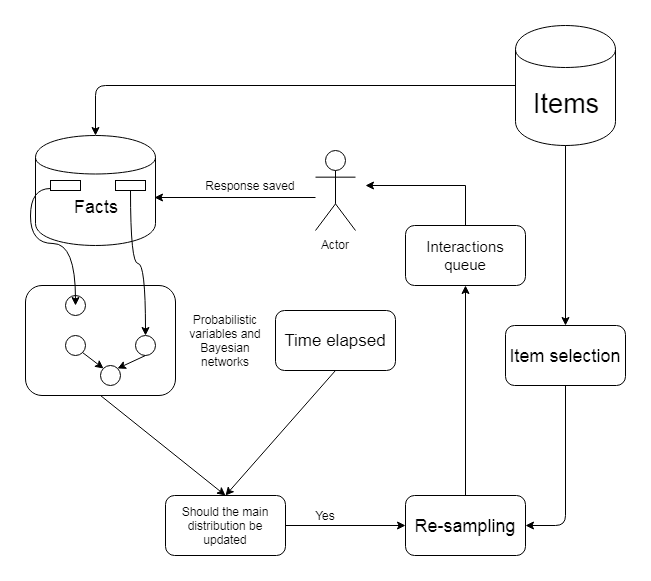
The draw.io diagram Images/Architecture.png in toncho11/KorraAI, before a commit. Source tidied: cells renumbered, new cells last; positions are measured from the earlier drawing's top-left corner, leaving out a move shared by most shapes. Its diagram source:
```xml
<mxGraphModel>
  <root>
    <mxCell id="0" />
    <mxCell id="1" parent="0" />
    <mxCell id="2" value="Actor" style="shape=umlActor;verticalLabelPosition=bottom;labelBackgroundColor=#ffffff;verticalAlign=top;html=1;" parent="1" vertex="1">
      <mxGeometry x="290" y="125" width="40" height="80" as="geometry" />
    </mxCell>
    <mxCell id="3" value="&lt;font style=&quot;font-size: 18px&quot;&gt;Facts&lt;/font&gt;" style="shape=cylinder;whiteSpace=wrap;html=1;boundedLbl=1;backgroundOutline=1;" parent="1" vertex="1">
      <mxGeometry x="10" y="110" width="120" height="110" as="geometry" />
    </mxCell>
    <mxCell id="4" value="&lt;font style=&quot;font-size: 27px&quot;&gt;Items&lt;/font&gt;" style="shape=cylinder;whiteSpace=wrap;html=1;boundedLbl=1;backgroundOutline=1;" parent="1" vertex="1">
      <mxGeometry x="490" width="100" height="120" as="geometry" />
    </mxCell>
    <mxCell id="5" style="endArrow=classic;html=1;exitX=0;exitY=0.5;exitDx=0;exitDy=0;edgeStyle=orthogonalEdgeStyle;entryX=0.5;entryY=0;entryDx=0;entryDy=0;" parent="1" edge="1" source="4" target="3">
      <mxGeometry relative="1" as="geometry" />
    </mxCell>
    <mxCell id="6" style="rounded=1;whiteSpace=wrap;html=1;" parent="1" vertex="1">
      <mxGeometry y="260" width="150" height="110" as="geometry" />
    </mxCell>
    <mxCell id="7" style="ellipse;whiteSpace=wrap;html=1;" parent="1" vertex="1">
      <mxGeometry x="40" y="270" width="20" height="20" as="geometry" />
    </mxCell>
    <mxCell id="8" style="ellipse;whiteSpace=wrap;html=1;" parent="1" vertex="1">
      <mxGeometry x="75" y="340" width="20" height="20" as="geometry" />
    </mxCell>
    <mxCell id="9" style="ellipse;whiteSpace=wrap;html=1;" parent="1" vertex="1">
      <mxGeometry x="40" y="310" width="20" height="20" as="geometry" />
    </mxCell>
    <mxCell id="10" style="ellipse;whiteSpace=wrap;html=1;" parent="1" vertex="1">
      <mxGeometry x="110" y="310" width="20" height="20" as="geometry" />
    </mxCell>
    <mxCell id="11" value="Probabilistic variables and Bayesian networks" style="text;html=1;strokeColor=none;fillColor=none;align=center;verticalAlign=middle;whiteSpace=wrap;rounded=0;" parent="1" vertex="1">
      <mxGeometry x="160" y="274" width="80" height="82" as="geometry" />
    </mxCell>
    <mxCell id="12" style="edgeStyle=orthogonalEdgeStyle;rounded=0;jettySize=auto;html=1;exitX=0;exitY=0.75;exitDx=0;exitDy=0;entryX=0.5;entryY=0.5;entryDx=0;entryDy=0;entryPerimeter=0;curved=1;" parent="1" edge="1" source="13" target="7">
      <mxGeometry relative="1" as="geometry" />
    </mxCell>
    <mxCell id="13" style="rounded=0;whiteSpace=wrap;html=1;" parent="1" vertex="1">
      <mxGeometry x="25" y="155" width="30" height="10" as="geometry" />
    </mxCell>
    <mxCell id="14" style="edgeStyle=orthogonalEdgeStyle;curved=1;rounded=0;jettySize=auto;html=1;exitX=0.5;exitY=1;exitDx=0;exitDy=0;entryX=0.5;entryY=0;entryDx=0;entryDy=0;" parent="1" edge="1" source="15" target="10">
      <mxGeometry relative="1" as="geometry" />
    </mxCell>
    <mxCell id="15" style="rounded=0;whiteSpace=wrap;html=1;" parent="1" vertex="1">
      <mxGeometry x="90" y="155" width="30" height="10" as="geometry" />
    </mxCell>
    <mxCell id="16" style="endArrow=classic;html=1;exitX=0.5;exitY=1;exitDx=0;exitDy=0;entryX=1;entryY=0;entryDx=0;entryDy=0;" parent="1" edge="1" source="10" target="8">
      <mxGeometry relative="1" as="geometry" />
    </mxCell>
    <mxCell id="17" style="endArrow=classic;html=1;exitX=1;exitY=1;exitDx=0;exitDy=0;entryX=0;entryY=0;entryDx=0;entryDy=0;" parent="1" edge="1" source="9" target="8">
      <mxGeometry relative="1" as="geometry" />
    </mxCell>
    <mxCell id="18" style="endArrow=classic;html=1;entryX=0.992;entryY=0.564;entryDx=0;entryDy=0;entryPerimeter=0;" parent="1" edge="1" target="3">
      <mxGeometry relative="1" as="geometry">
        <mxPoint x="290" y="172" as="sourcePoint" />
      </mxGeometry>
    </mxCell>
    <mxCell id="19" value="Response saved" style="text;html=1;strokeColor=none;fillColor=none;align=center;verticalAlign=middle;whiteSpace=wrap;rounded=0;" parent="1" vertex="1">
      <mxGeometry x="170" y="150" width="110" height="20" as="geometry" />
    </mxCell>
    <mxCell id="20" value="&lt;font style=&quot;font-size: 17px&quot;&gt;Time elapsed&lt;/font&gt;" style="rounded=1;whiteSpace=wrap;html=1;" parent="1" vertex="1">
      <mxGeometry x="250" y="285" width="120" height="60" as="geometry" />
    </mxCell>
    <mxCell id="21" value="Should the main distribution be updated" style="rounded=1;whiteSpace=wrap;html=1;" parent="1" vertex="1">
      <mxGeometry x="140" y="470" width="120" height="60" as="geometry" />
    </mxCell>
    <mxCell id="22" style="endArrow=classic;html=1;exitX=0.5;exitY=1;exitDx=0;exitDy=0;entryX=0.5;entryY=0;entryDx=0;entryDy=0;" parent="1" edge="1" source="6" target="21">
      <mxGeometry relative="1" as="geometry" />
    </mxCell>
    <mxCell id="23" style="endArrow=classic;html=1;exitX=0.5;exitY=1;exitDx=0;exitDy=0;entryX=0.5;entryY=0;entryDx=0;entryDy=0;" parent="1" edge="1" source="20" target="21">
      <mxGeometry relative="1" as="geometry" />
    </mxCell>
    <mxCell id="24" style="edgeStyle=orthogonalEdgeStyle;rounded=0;jettySize=auto;html=1;exitX=0.5;exitY=0;exitDx=0;exitDy=0;entryX=0.5;entryY=1;entryDx=0;entryDy=0;" parent="1" edge="1" source="25" target="33">
      <mxGeometry relative="1" as="geometry" />
    </mxCell>
    <mxCell id="25" value="&lt;font style=&quot;font-size: 18px&quot;&gt;Re-sampling&lt;/font&gt;" style="rounded=1;whiteSpace=wrap;html=1;" parent="1" vertex="1">
      <mxGeometry x="380" y="470" width="120" height="60" as="geometry" />
    </mxCell>
    <mxCell id="26" style="endArrow=classic;html=1;exitX=1;exitY=0.5;exitDx=0;exitDy=0;" parent="1" edge="1" source="21" target="25">
      <mxGeometry relative="1" as="geometry" />
    </mxCell>
    <mxCell id="27" value="Yes" style="text;html=1;strokeColor=none;fillColor=none;align=center;verticalAlign=middle;whiteSpace=wrap;rounded=0;" parent="1" vertex="1">
      <mxGeometry x="280" y="480" width="40" height="20" as="geometry" />
    </mxCell>
    <mxCell id="28" value="&lt;font style=&quot;font-size: 18px&quot;&gt;Item selection&lt;/font&gt;" style="rounded=1;whiteSpace=wrap;html=1;" parent="1" vertex="1">
      <mxGeometry x="480" y="300" width="120" height="60" as="geometry" />
    </mxCell>
    <mxCell id="29" style="edgeStyle=none;rounded=0;orthogonalLoop=1;jettySize=auto;html=1;exitX=0.75;exitY=0;exitDx=0;exitDy=0;" parent="1" edge="1" source="25" target="25">
      <mxGeometry relative="1" as="geometry" />
    </mxCell>
    <mxCell id="30" style="endArrow=classic;html=1;exitX=0.5;exitY=1;exitDx=0;exitDy=0;" parent="1" edge="1" source="4" target="28">
      <mxGeometry relative="1" as="geometry" />
    </mxCell>
    <mxCell id="31" style="endArrow=classic;html=1;exitX=0.5;exitY=1;exitDx=0;exitDy=0;entryX=1;entryY=0.5;entryDx=0;entryDy=0;edgeStyle=orthogonalEdgeStyle;" parent="1" edge="1" source="28" target="25">
      <mxGeometry relative="1" as="geometry" />
    </mxCell>
    <mxCell id="32" style="edgeStyle=orthogonalEdgeStyle;rounded=0;jettySize=auto;html=1;exitX=0.5;exitY=0;exitDx=0;exitDy=0;" parent="1" edge="1" source="33">
      <mxGeometry relative="1" as="geometry">
        <mxPoint x="340" y="160" as="targetPoint" />
        <Array as="points">
          <mxPoint x="440" y="160" />
        </Array>
      </mxGeometry>
    </mxCell>
    <mxCell id="33" value="&lt;font style=&quot;font-size: 15px&quot;&gt;Interactions queue&lt;/font&gt;" style="rounded=1;whiteSpace=wrap;html=1;" parent="1" vertex="1">
      <mxGeometry x="380" y="200" width="120" height="60" as="geometry" />
    </mxCell>
  </root>
</mxGraphModel>
```
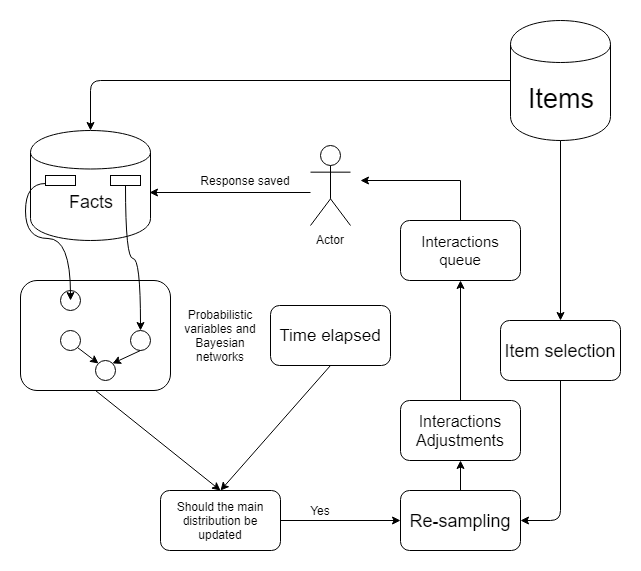
The same file after the commit.

The edit, as a diff of the source:
```diff
@@ -70,7 +70,7 @@
     <mxCell id="23" style="endArrow=classic;html=1;exitX=0.5;exitY=1;exitDx=0;exitDy=0;entryX=0.5;entryY=0;entryDx=0;entryDy=0;" parent="1" edge="1" source="20" target="21">
       <mxGeometry relative="1" as="geometry" />
     </mxCell>
-    <mxCell id="24" style="edgeStyle=orthogonalEdgeStyle;rounded=0;jettySize=auto;html=1;exitX=0.5;exitY=0;exitDx=0;exitDy=0;entryX=0.5;entryY=1;entryDx=0;entryDy=0;" parent="1" edge="1" source="25" target="33">
+    <mxCell id="24" style="edgeStyle=orthogonalEdgeStyle;rounded=0;jettySize=auto;html=1;exitX=0.5;exitY=0;exitDx=0;exitDy=0;entryX=0.5;entryY=1;entryDx=0;entryDy=0;" parent="1" edge="1" source="34" target="33">
       <mxGeometry relative="1" as="geometry" />
     </mxCell>
     <mxCell id="25" value="&lt;font style=&quot;font-size: 18px&quot;&gt;Re-sampling&lt;/font&gt;" style="rounded=1;whiteSpace=wrap;html=1;" parent="1" vertex="1">
@@ -105,5 +105,11 @@
     <mxCell id="33" value="&lt;font style=&quot;font-size: 15px&quot;&gt;Interactions queue&lt;/font&gt;" style="rounded=1;whiteSpace=wrap;html=1;" parent="1" vertex="1">
       <mxGeometry x="380" y="200" width="120" height="60" as="geometry" />
     </mxCell>
+    <mxCell id="34" value="Interactions Adjustments" style="rounded=1;whiteSpace=wrap;html=1;strokeWidth=1;fontSize=16;" parent="1" vertex="1">
+      <mxGeometry x="380" y="380" width="120" height="60" as="geometry" />
+    </mxCell>
+    <mxCell id="35" style="edgeStyle=orthogonalEdgeStyle;rounded=0;jettySize=auto;html=1;exitX=0.5;exitY=0;exitDx=0;exitDy=0;entryX=0.5;entryY=1;entryDx=0;entryDy=0;" parent="1" edge="1" source="25" target="34">
+      <mxGeometry relative="1" as="geometry" />
+    </mxCell>
   </root>
 </mxGraphModel>
```
